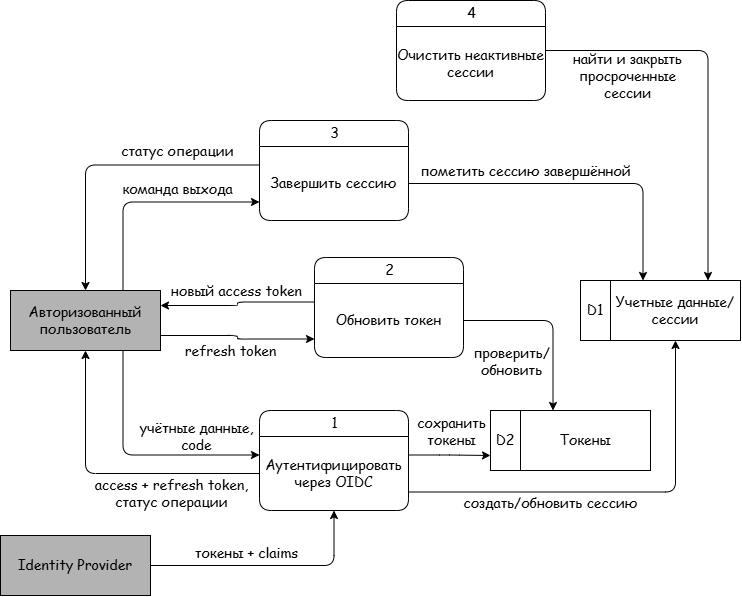
art2535/project-activity-guap keeps this draw.io diagram as Практическая работа №1. DFD/images/DFD-1-аутентификация и сессии.drawio.png. Above is the earlier version. Source tidied: cells renumbered, new cells last; positions are measured from the earlier drawing's top-left corner, leaving out a move shared by most shapes.
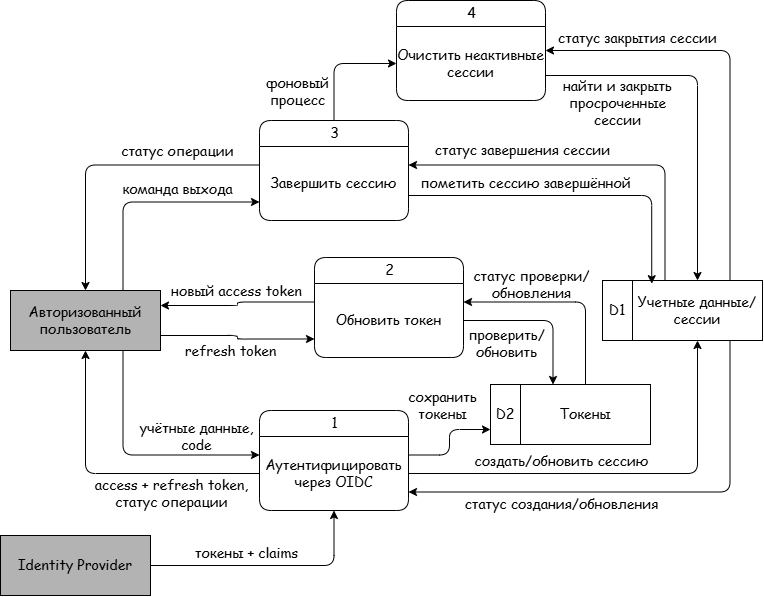
The same file after the commit.

What changed in the source:
```diff
@@ -33,7 +33,7 @@
       <mxGeometry y="26" width="149" height="74" as="geometry" />
     </mxCell>
     <mxCell id="12" style="group;shadow=0;fontFamily=Comic Sans MS;fontSize=14;" parent="1" vertex="1">
-      <mxGeometry x="490" y="410" width="160" height="60" as="geometry" />
+      <mxGeometry x="490" y="384" width="160" height="60" as="geometry" />
     </mxCell>
     <mxCell id="13" value="Токены" style="rounded=0;whiteSpace=wrap;html=1;shadow=0;glass=0;sketch=0;strokeWidth=1;fillColor=none;fontFamily=Comic Sans MS;fontSize=14;" parent="12" vertex="1">
       <mxGeometry x="30" width="130" height="60" as="geometry" />
@@ -42,7 +42,7 @@
       <mxGeometry width="30" height="60" as="geometry" />
     </mxCell>
     <mxCell id="15" style="group;shadow=0;fontFamily=Comic Sans MS;fontSize=14;" parent="1" vertex="1">
-      <mxGeometry x="580" y="280" width="160" height="60" as="geometry" />
+      <mxGeometry x="602" y="280" width="160" height="60" as="geometry" />
     </mxCell>
     <mxCell id="16" value="Учетные данные/сессии" style="rounded=0;whiteSpace=wrap;html=1;shadow=0;glass=0;sketch=0;strokeWidth=1;fillColor=none;fontFamily=Comic Sans MS;fontSize=14;" parent="15" vertex="1">
       <mxGeometry x="30" width="130" height="60" as="geometry" />
@@ -107,18 +107,18 @@
     </mxCell>
     <mxCell id="31" value="проверить/&lt;div&gt;обновить&lt;/div&gt;" style="edgeLabel;html=1;align=center;verticalAlign=middle;fontSize=14;fontFamily=Comic Sans MS;labelBackgroundColor=none;" parent="30" vertex="1">
       <mxGeometry x="0.32" y="-1" relative="1" as="geometry">
-        <mxPoint x="-41" y="11" as="offset" />
+        <mxPoint x="-46" y="11" as="offset" />
       </mxGeometry>
     </mxCell>
-    <mxCell id="32" style="endArrow=classic;html=1;fontFamily=Comic Sans MS;fontSize=14;edgeStyle=orthogonalEdgeStyle;exitX=1;exitY=0.75;exitDx=0;exitDy=0;startArrow=none;startFill=0;endFill=1;" parent="1" edge="1" source="5" target="16">
+    <mxCell id="32" style="endArrow=classic;html=1;fontFamily=Comic Sans MS;fontSize=14;edgeStyle=orthogonalEdgeStyle;exitX=1;exitY=0.5;exitDx=0;exitDy=0;startArrow=none;startFill=0;endFill=1;entryX=0.5;entryY=1;entryDx=0;entryDy=0;" parent="1" edge="1" source="5" target="16">
       <mxGeometry relative="1" as="geometry" />
     </mxCell>
     <mxCell id="33" value="создать/обновить сессию" style="edgeLabel;html=1;align=center;verticalAlign=middle;fontSize=14;fontFamily=Comic Sans MS;labelBackgroundColor=none;" parent="32" vertex="1">
       <mxGeometry x="0.32" y="-1" relative="1" as="geometry">
-        <mxPoint x="-127" y="21" as="offset" />
+        <mxPoint x="-127" y="-14" as="offset" />
       </mxGeometry>
     </mxCell>
-    <mxCell id="34" style="endArrow=classic;html=1;fontFamily=Comic Sans MS;fontSize=14;edgeStyle=orthogonalEdgeStyle;exitX=1;exitY=0.5;exitDx=0;exitDy=0;entryX=0.25;entryY=0;entryDx=0;entryDy=0;startArrow=none;startFill=0;endFill=1;" parent="1" edge="1" source="9" target="16">
+    <mxCell id="34" style="endArrow=classic;html=1;fontFamily=Comic Sans MS;fontSize=14;edgeStyle=orthogonalEdgeStyle;exitX=1;exitY=0.75;exitDx=0;exitDy=0;entryX=0.148;entryY=0.053;entryDx=0;entryDy=0;startArrow=none;startFill=0;endFill=1;entryPerimeter=0;" parent="1" edge="1" source="8" target="16">
       <mxGeometry relative="1" as="geometry" />
     </mxCell>
     <mxCell id="35" value="пометить сессию завершённой" style="edgeLabel;html=1;align=center;verticalAlign=middle;fontSize=14;fontFamily=Comic Sans MS;labelBackgroundColor=none;" parent="34" vertex="1">
@@ -142,13 +142,53 @@
         <mxPoint x="-7" y="-14" as="offset" />
       </mxGeometry>
     </mxCell>
-    <mxCell id="40" style="endArrow=classic;html=1;fontFamily=Comic Sans MS;fontSize=14;edgeStyle=orthogonalEdgeStyle;exitX=1;exitY=0.5;exitDx=0;exitDy=0;entryX=0.75;entryY=0;entryDx=0;entryDy=0;startArrow=none;startFill=0;endFill=1;" parent="1" edge="1" source="10" target="16">
+    <mxCell id="40" style="endArrow=classic;html=1;fontFamily=Comic Sans MS;fontSize=14;edgeStyle=orthogonalEdgeStyle;exitX=1;exitY=0.75;exitDx=0;exitDy=0;entryX=0.5;entryY=0;entryDx=0;entryDy=0;startArrow=none;startFill=0;endFill=1;" parent="1" edge="1" source="10" target="16">
       <mxGeometry relative="1" as="geometry" />
     </mxCell>
     <mxCell id="41" value="найти и закрыть&lt;div&gt;просроченные&lt;/div&gt;&lt;div&gt;сессии&lt;/div&gt;" style="edgeLabel;html=1;align=center;verticalAlign=middle;fontSize=14;fontFamily=Comic Sans MS;labelBackgroundColor=none;" parent="40" vertex="1">
       <mxGeometry x="0.32" y="-1" relative="1" as="geometry">
-        <mxPoint x="-80" y="-71" as="offset" />
+        <mxPoint x="-80" y="-57" as="offset" />
       </mxGeometry>
     </mxCell>
+    <mxCell id="42" style="endArrow=classic;html=1;fontFamily=Comic Sans MS;fontSize=14;edgeStyle=orthogonalEdgeStyle;exitX=0.25;exitY=0;exitDx=0;exitDy=0;entryX=1;entryY=0.25;entryDx=0;entryDy=0;startArrow=none;startFill=0;endFill=1;" parent="1" edge="1" source="16" target="9">
+      <mxGeometry relative="1" as="geometry" />
+    </mxCell>
+    <mxCell id="43" value="статус завершения сессии" style="edgeLabel;html=1;align=center;verticalAlign=middle;fontSize=14;fontFamily=Comic Sans MS;labelBackgroundColor=none;" parent="42" vertex="1">
+      <mxGeometry x="0.32" y="-1" relative="1" as="geometry">
+        <mxPoint x="-13" y="-14" as="offset" />
+      </mxGeometry>
+    </mxCell>
+    <mxCell id="44" style="endArrow=classic;html=1;fontFamily=Comic Sans MS;fontSize=14;edgeStyle=orthogonalEdgeStyle;exitX=0.5;exitY=0;exitDx=0;exitDy=0;entryX=0;entryY=0.5;entryDx=0;entryDy=0;startArrow=none;startFill=0;endFill=1;" parent="1" edge="1" source="8" target="11">
+      <mxGeometry relative="1" as="geometry" />
+    </mxCell>
+    <mxCell id="45" value="фоновый&lt;div&gt;процесс&lt;/div&gt;" style="edgeLabel;html=1;align=center;verticalAlign=middle;fontSize=14;fontFamily=Comic Sans MS;labelBackgroundColor=none;" parent="44" vertex="1">
+      <mxGeometry x="0.32" y="-1" relative="1" as="geometry">
+        <mxPoint x="-59" y="26" as="offset" />
+      </mxGeometry>
+    </mxCell>
+    <mxCell id="46" style="endArrow=classic;html=1;fontFamily=Comic Sans MS;fontSize=14;edgeStyle=orthogonalEdgeStyle;exitX=0.75;exitY=0;exitDx=0;exitDy=0;entryX=1;entryY=0.5;entryDx=0;entryDy=0;startArrow=none;startFill=0;endFill=1;" parent="1" edge="1" source="16" target="10">
+      <mxGeometry relative="1" as="geometry" />
+    </mxCell>
+    <mxCell id="47" value="статус закрытия сессии" style="edgeLabel;html=1;align=center;verticalAlign=middle;fontSize=14;fontFamily=Comic Sans MS;labelBackgroundColor=none;" parent="46" vertex="1">
+      <mxGeometry x="0.32" y="-1" relative="1" as="geometry">
+        <mxPoint x="-49" y="-12" as="offset" />
+      </mxGeometry>
+    </mxCell>
+    <mxCell id="48" style="endArrow=classic;html=1;fontFamily=Comic Sans MS;fontSize=14;edgeStyle=orthogonalEdgeStyle;exitX=0.75;exitY=1;exitDx=0;exitDy=0;entryX=1;entryY=0.75;entryDx=0;entryDy=0;startArrow=none;startFill=0;endFill=1;" parent="1" edge="1" source="16" target="5">
+      <mxGeometry relative="1" as="geometry" />
+    </mxCell>
+    <mxCell id="49" value="статус создания/обновления" style="edgeLabel;html=1;align=center;verticalAlign=middle;fontSize=14;fontFamily=Comic Sans MS;labelBackgroundColor=none;" parent="48" vertex="1">
+      <mxGeometry x="0.32" y="-1" relative="1" as="geometry">
+        <mxPoint x="-8" y="13" as="offset" />
+      </mxGeometry>
+    </mxCell>
+    <mxCell id="50" style="endArrow=classic;html=1;fontFamily=Comic Sans MS;fontSize=14;edgeStyle=orthogonalEdgeStyle;exitX=0.5;exitY=0;exitDx=0;exitDy=0;entryX=1;entryY=0.25;entryDx=0;entryDy=0;startArrow=none;startFill=0;endFill=1;" parent="1" edge="1" source="13" target="7">
+      <mxGeometry relative="1" as="geometry" />
+    </mxCell>
+    <mxCell id="51" value="статус проверки/&lt;div&gt;обновления&lt;/div&gt;" style="edgeLabel;html=1;align=center;verticalAlign=middle;fontSize=14;fontFamily=Comic Sans MS;labelBackgroundColor=none;" parent="50" vertex="1">
+      <mxGeometry x="0.32" y="-1" relative="1" as="geometry">
+        <mxPoint x="-2" y="-17" as="offset" />
+      </mxGeometry>
+    </mxCell>
   </root>
 </mxGraphModel>
```
